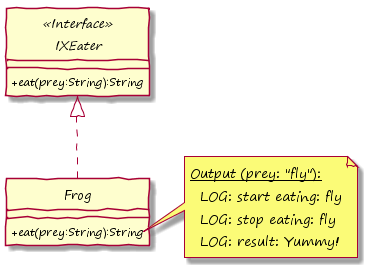
Before: images/PlantUML_ExtendedBy_Envelope_Method_Out_Logical.png, a diagram exported from PlantUML (KirstenZa/xtend-etai).
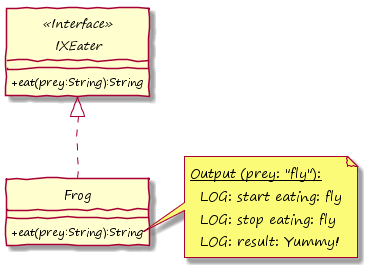
After the commit.

Diff of the diagram source:
```diff
@@ -16,7 +16,7 @@
 
 Frog .up-|> IXEater
 
-note right of Frog::eat
+note right of Frog::eat(prey:String)
   <u>Output (prey: "fly"):</u>
     LOG: start eating: fly
     LOG: stop eating: fly
```
